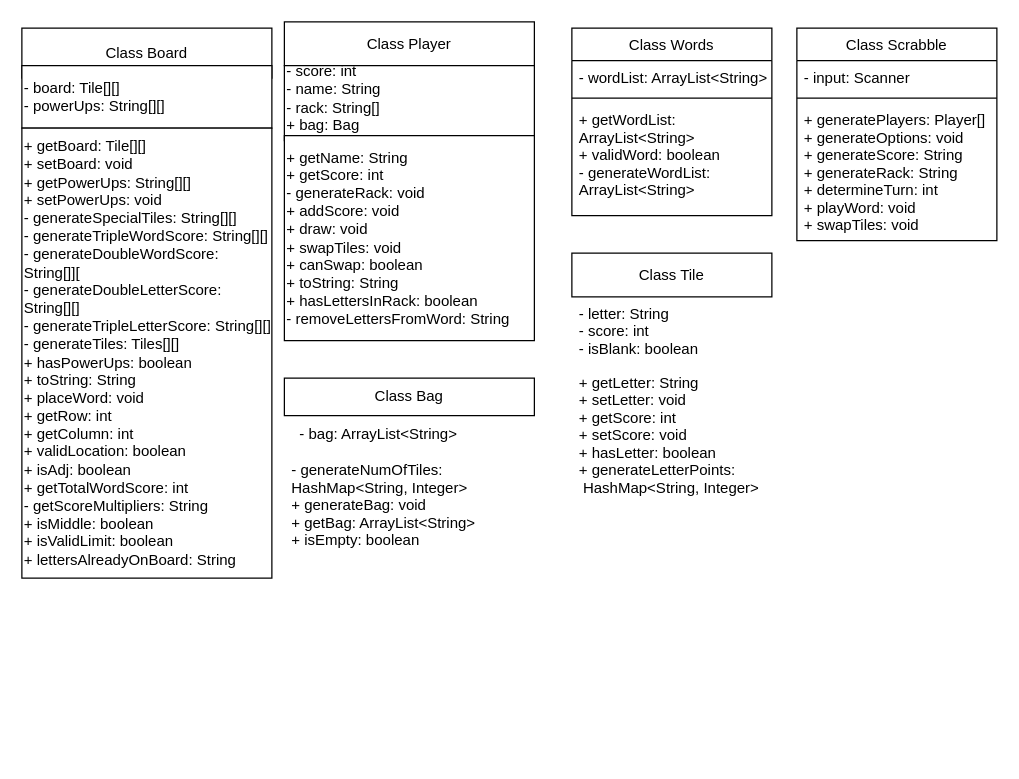
Above: Scrabble UML.drawio in Hasnain271/Scrabble (draw.io), before the change. Source tidied: cells renumbered, new cells numbered last; positions are measured from the earlier drawing's top-left corner, leaving out a move shared by most shapes. Both pictures are drawn from the tidied source at 125%, with x=0, y=0 at pixel (21, 21).
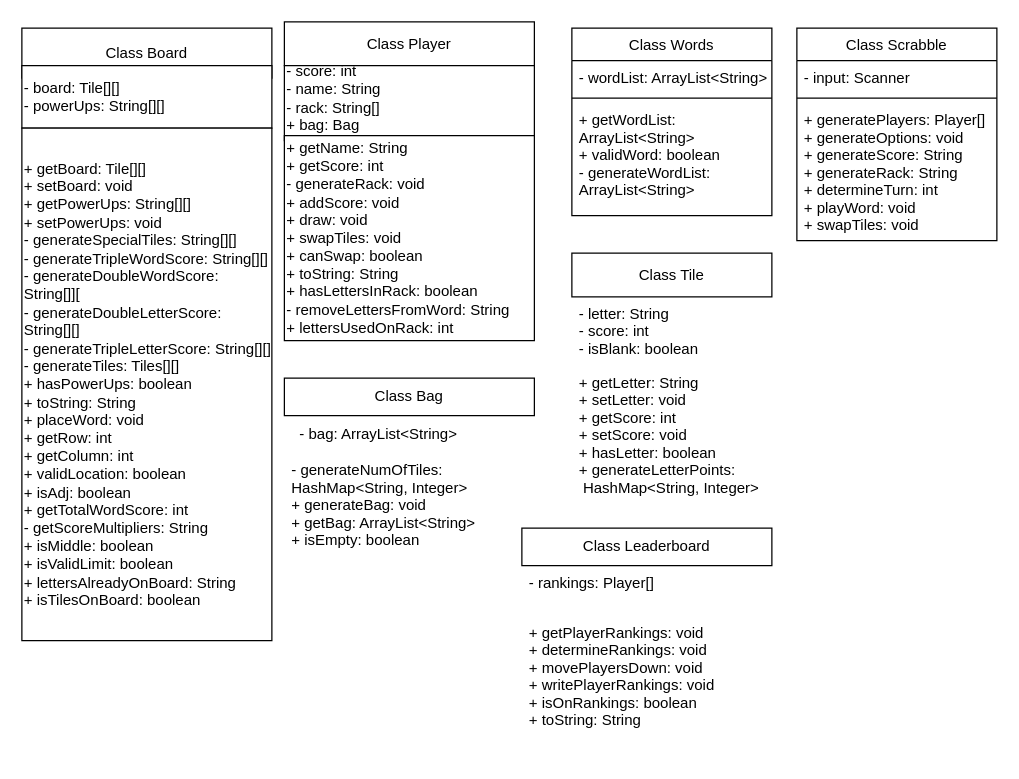
The same page after the edit.

What changed in the source:
```diff
@@
-    <mxCell id="10" value="+ getName: String&lt;br&gt;+ getScore: int&lt;br&gt;- generateRack: void&lt;br&gt;+ addScore: void&lt;br&gt;+ draw: void&lt;br&gt;+ swapTiles: void&lt;br&gt;+ canSwap: boolean&lt;br&gt;+ toString: String&lt;br&gt;+ hasLettersInRack: boolean&lt;br&gt;- removeLettersFromWord: String&lt;br&gt;" style="rounded=0;whiteSpace=wrap;html=1;align=left;" parent="1" vertex="1">
+    <mxCell id="10" value="+ getName: String&lt;br&gt;+ getScore: int&lt;br&gt;- generateRack: void&lt;br&gt;+ addScore: void&lt;br&gt;+ draw: void&lt;br&gt;+ swapTiles: void&lt;br&gt;+ canSwap: boolean&lt;br&gt;+ toString: String&lt;br&gt;+ hasLettersInRack: boolean&lt;br&gt;- removeLettersFromWord: String&lt;br&gt;+ lettersUsedOnRack: int" style="rounded=0;whiteSpace=wrap;html=1;align=left;" parent="1" vertex="1">
       <mxGeometry x="210" y="91" width="200" height="164" as="geometry" />
     </mxCell>
@@
-    <mxCell id="14" value="+ getBoard: Tile[][]&lt;br&gt;+ setBoard: void&lt;br&gt;+ getPowerUps: String[][]&lt;br&gt;+ setPowerUps: void&lt;br&gt;- generateSpecialTiles: String[][]&lt;br&gt;- generateTripleWordScore: String[][]&lt;br&gt;- generateDoubleWordScore: String[]][&lt;br&gt;- generateDoubleLetterScore: String[][]&lt;br&gt;- generateTripleLetterScore: String[][]&lt;br&gt;- generateTiles: Tiles[][]&lt;br&gt;+ hasPowerUps: boolean&lt;br&gt;+ toString: String&lt;br&gt;+ placeWord: void&lt;br&gt;+ getRow: int&lt;br&gt;+ getColumn: int&lt;br&gt;+ validLocation: boolean&lt;br&gt;+ isAdj: boolean&lt;br&gt;+ getTotalWordScore: int&lt;br&gt;- getScoreMultipliers: String&lt;br&gt;+ isMiddle: boolean&lt;br&gt;+ isValidLimit: boolean&lt;br&gt;+ lettersAlreadyOnBoard: String" style="rounded=0;whiteSpace=wrap;html=1;align=left;" parent="1" vertex="1">
-      <mxGeometry y="85" width="200" height="360" as="geometry" />
+    <mxCell id="14" value="+ getBoard: Tile[][]&lt;br&gt;+ setBoard: void&lt;br&gt;+ getPowerUps: String[][]&lt;br&gt;+ setPowerUps: void&lt;br&gt;- generateSpecialTiles: String[][]&lt;br&gt;- generateTripleWordScore: String[][]&lt;br&gt;- generateDoubleWordScore: String[]][&lt;br&gt;- generateDoubleLetterScore: String[][]&lt;br&gt;- generateTripleLetterScore: String[][]&lt;br&gt;- generateTiles: Tiles[][]&lt;br&gt;+ hasPowerUps: boolean&lt;br&gt;+ toString: String&lt;br&gt;+ placeWord: void&lt;br&gt;+ getRow: int&lt;br&gt;+ getColumn: int&lt;br&gt;+ validLocation: boolean&lt;br&gt;+ isAdj: boolean&lt;br&gt;+ getTotalWordScore: int&lt;br&gt;- getScoreMultipliers: String&lt;br&gt;+ isMiddle: boolean&lt;br&gt;+ isValidLimit: boolean&lt;br&gt;+ lettersAlreadyOnBoard: String&lt;br&gt;+ isTilesOnBoard: boolean" style="rounded=0;whiteSpace=wrap;html=1;align=left;" parent="1" vertex="1">
+      <mxGeometry y="85" width="200" height="410" as="geometry" />
     </mxCell>
@@
+    <mxCell id="30" value="Class Leaderboard" style="rounded=0;whiteSpace=wrap;html=1;" parent="1" vertex="1">
+      <mxGeometry x="400" y="405" width="200" height="30" as="geometry" />
+    </mxCell>
+    <mxCell id="31" value="- rankings: Player[]" style="text;strokeColor=none;fillColor=none;align=left;verticalAlign=top;spacingLeft=4;spacingRight=4;overflow=hidden;" parent="1" vertex="1">
+      <mxGeometry x="400" y="435" width="200" height="30" as="geometry" />
+    </mxCell>
+    <mxCell id="32" value="+ getPlayerRankings: void&#10;+ determineRankings: void&#10;+ movePlayersDown: void&#10;+ writePlayerRankings: void&#10;+ isOnRankings: boolean&#10;+ toString: String" style="text;strokeColor=none;fillColor=none;align=left;verticalAlign=top;spacingLeft=4;spacingRight=4;overflow=hidden;" parent="1" vertex="1">
+      <mxGeometry x="400" y="475" width="200" height="110" as="geometry" />
+    </mxCell>
```
